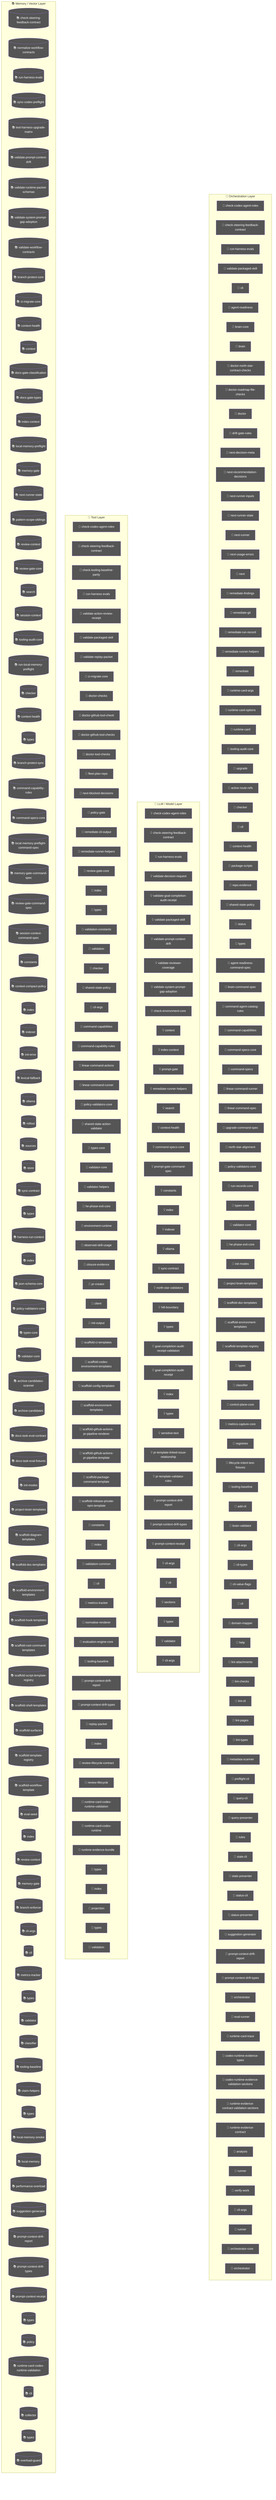
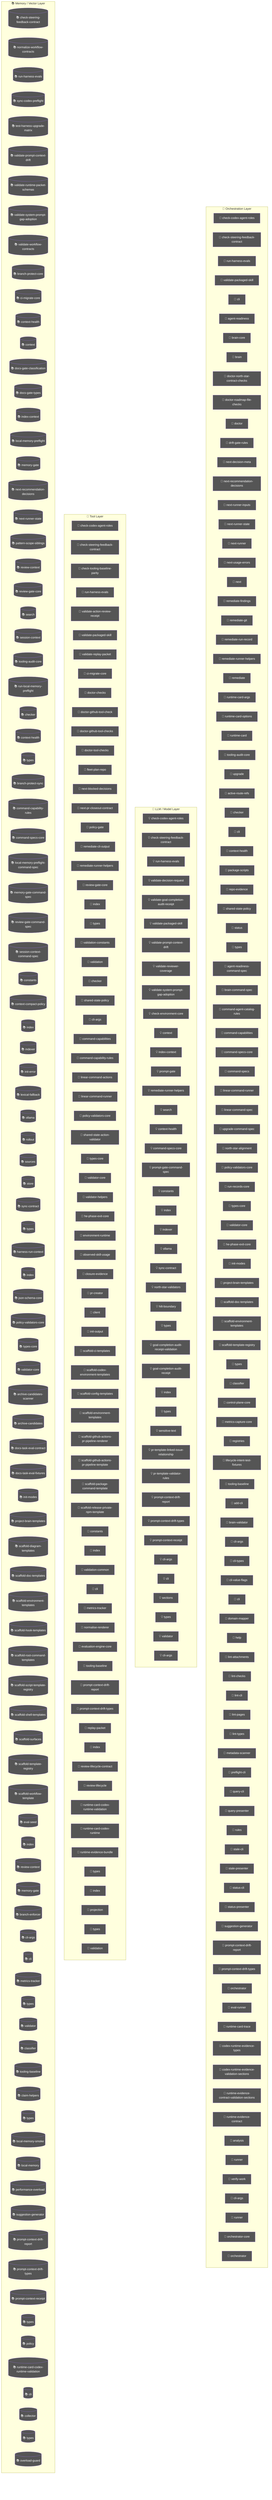
flowchart TD
  subgraph Orchestration["🎯 Orchestration Layer"]
    node_agent_mmd_orchestration_layer_orchestration_chec_7a9f0b64["🤖 check-codex-agent-roles"]
    node_agent_mmd_orchestration_layer_orchestration_chec_7fd47f5c["🤖 check-steering-feedback-contract"]
    node_agent_mmd_orchestration_layer_orchestration_run__18817957["🤖 run-harness-evals"]
    node_agent_mmd_orchestration_layer_orchestration_vali_c01b04be["🤖 validate-packaged-skill"]
    cli_99bb8840["🤖 cli"]
    agent_readiness_c82c68e6["🤖 agent-readiness"]
    brain_core_aa07c380["🤖 brain-core"]
    brain_bbbf7a64["🤖 brain"]
    doctor_north_star_contract_checks_0048124c["🤖 doctor-north-star-contract-checks"]
    doctor_roadmap_file_checks_14447b8e["🤖 doctor-roadmap-file-checks"]
    doctor_72f4be89["🤖 doctor"]
    drift_gate_rules_9685e72d["🤖 drift-gate-rules"]
    next_decision_meta_c58bc91b["🤖 next-decision-meta"]
-     next_recommendation_decisions_03315dd4["🤖 next-recommendation-decisions"]
+     node_agent_mmd_orchestration_layer_orchestration_next_2419fcae["🤖 next-recommendation-decisions"]
    next_runner_inputs_754dba64["🤖 next-runner-inputs"]
    node_agent_mmd_orchestration_layer_orchestration_next_5393fba1["🤖 next-runner-state"]
    next_runner_41643472["🤖 next-runner"]
    next_usage_errors_837a345a["🤖 next-usage-errors"]
    next_c6c1c9a9["🤖 next"]
    remediate_findings_8b09c8c6["🤖 remediate-findings"]
    remediate_git_58c6f6f4["🤖 remediate-git"]
    remediate_run_record_9dfe5dc1["🤖 remediate-run-record"]
    node_agent_mmd_orchestration_layer_orchestration_reme_359fe98f["🤖 remediate-runner-helpers"]
    remediate_06b9c7fc["🤖 remediate"]
    runtime_card_args_2b3d4b28["🤖 runtime-card-args"]
    runtime_card_options_c9156ad5["🤖 runtime-card-options"]
    runtime_card_e06b53e1["🤖 runtime-card"]
    node_agent_mmd_orchestration_layer_orchestration_tool_acfe0c01["🤖 tooling-audit-core"]
    upgrade_7fef9479["🤖 upgrade"]
    active_route_refs_d7a46846["🤖 active-route-refs"]
    node_agent_mmd_orchestration_layer_orchestration_chec_0550c395["🤖 checker"]
    cli_1_084e05fe["🤖 cli"]
    node_agent_mmd_orchestration_layer_orchestration_cont_61b3b9c9["🤖 context-health"]
    package_scripts_3ee6150f["🤖 package-scripts"]
    repo_evidence_38bb1de5["🤖 repo-evidence"]
    node_agent_mmd_orchestration_layer_orchestration_shar_724ef5f0["🤖 shared-state-policy"]
    status_073c1634["🤖 status"]
    node_agent_mmd_orchestration_layer_orchestration_type_4f906dcc["🤖 types"]
    agent_readiness_command_spec_a30c2c1e["🤖 agent-readiness-command-spec"]
    brain_command_spec_15b122d5["🤖 brain-command-spec"]
    command_agent_catalog_rules_8e06b2af["🤖 command-agent-catalog-rules"]
    node_agent_mmd_orchestration_layer_orchestration_comm_6e41a7f7["🤖 command-capabilities"]
    node_agent_mmd_orchestration_layer_orchestration_comm_1f8cc24c["🤖 command-specs-core"]
    command_specs_69167c63["🤖 command-specs"]
    node_agent_mmd_orchestration_layer_orchestration_line_b67affd5["🤖 linear-command-runner"]
    linear_command_spec_1e12dd44["🤖 linear-command-spec"]
    upgrade_command_spec_03f6c7bd["🤖 upgrade-command-spec"]
    north_star_alignment_00440188["🤖 north-star-alignment"]
    node_agent_mmd_orchestration_layer_orchestration_poli_3270b55d["🤖 policy-validators-core"]
    run_records_core_89286dfa["🤖 run-records-core"]
    node_agent_mmd_orchestration_layer_orchestration_type_7cf81261["🤖 types-core"]
    node_agent_mmd_orchestration_layer_orchestration_vali_d9fe99e6["🤖 validator-core"]
    node_agent_mmd_orchestration_layer_orchestration_he_p_fc778c24["🤖 he-phase-exit-core"]
    node_agent_mmd_orchestration_layer_orchestration_init_2a9c3ecb["🤖 init-modes"]
    node_agent_mmd_orchestration_layer_orchestration_proj_6ab6f60f["🤖 project-brain-templates"]
    node_agent_mmd_orchestration_layer_orchestration_scaf_12cc07db["🤖 scaffold-doc-templates"]
    node_agent_mmd_orchestration_layer_orchestration_scaf_c9a90c2f["🤖 scaffold-environment-templates"]
    node_agent_mmd_orchestration_layer_orchestration_scaf_ff8f92f6["🤖 scaffold-template-registry"]
    types_16_0fae1112["🤖 types"]
    node_agent_mmd_orchestration_layer_orchestration_clas_899b821a["🤖 classifier"]
    control_plane_core_db3b4cb2["🤖 control-plane-core"]
    metrics_capture_core_db4bf7cf["🤖 metrics-capture-core"]
    registries_06402afa["🤖 registries"]
    lifecycle_intent_test_fixtures_a53c7ada["🤖 lifecycle-intent-test-fixtures"]
    node_agent_mmd_orchestration_layer_orchestration_tool_cc43149f["🤖 tooling-baseline"]
    add_cli_7614de25["🤖 add-cli"]
    brain_validator_be251832["🤖 brain-validator"]
    cli_args_8_d546936e["🤖 cli-args"]
    cli_types_1686e858["🤖 cli-types"]
    cli_value_flags_732a8e43["🤖 cli-value-flags"]
    cli_10_35dc8cbd["🤖 cli"]
    domain_mapper_cd9333d2["🤖 domain-mapper"]
    help_106a5842["🤖 help"]
    lint_attachments_873c0632["🤖 lint-attachments"]
    lint_checks_83522b19["🤖 lint-checks"]
    lint_cli_9ec62ec0["🤖 lint-cli"]
    lint_pages_e33301d0["🤖 lint-pages"]
    lint_types_2862c255["🤖 lint-types"]
    metadata_scanner_6a101b66["🤖 metadata-scanner"]
    preflight_cli_5d148379["🤖 preflight-cli"]
    query_cli_b95be64d["🤖 query-cli"]
    query_presenter_02e6077c["🤖 query-presenter"]
    rules_6c621d1a["🤖 rules"]
    stale_cli_64548720["🤖 stale-cli"]
    stale_presenter_1de4e3a2["🤖 stale-presenter"]
    status_cli_4c24a0d6["🤖 status-cli"]
    status_presenter_8de686c1["🤖 status-presenter"]
    node_agent_mmd_orchestration_layer_orchestration_sugg_85c5ebe3["🤖 suggestion-generator"]
    node_agent_mmd_orchestration_layer_orchestration_prom_d17b4de2["🤖 prompt-context-drift-report"]
    node_agent_mmd_orchestration_layer_orchestration_prom_77088997["🤖 prompt-context-drift-types"]
    orchestrator_11376b7e["🤖 orchestrator"]
    eval_runner_0966a6b3["🤖 eval-runner"]
    runtime_card_trace_64a5ca95["🤖 runtime-card-trace"]
    codex_runtime_evidence_types_f55808dd["🤖 codex-runtime-evidence-types"]
    codex_runtime_evidence_validation_sections_6d236b4a["🤖 codex-runtime-evidence-validation-sections"]
    runtime_evidence_contract_validation_sections_1779ca7c["🤖 runtime-evidence-contract-validation-sections"]
    runtime_evidence_contract_0f7b15b2["🤖 runtime-evidence-contract"]
    analysis_f44e85c4["🤖 analysis"]
    runner_527aa9f4["🤖 runner"]
    verify_work_1_cd8e7ec3["🤖 verify-work"]
    cli_args_14_3481043e["🤖 cli-args"]
    runner_1_6f281bf8["🤖 runner"]
    orchestrator_core_d0678b53["🤖 orchestrator-core"]
    orchestrator_1_6b7137c5["🤖 orchestrator"]
  end
  subgraph LLMLayer["🧠 LLM / Model Layer"]
    node_agent_mmd_llm_model_layer_llmlayer_check_codex_a_29e7b7fa["💡 check-codex-agent-roles"]
    node_agent_mmd_llm_model_layer_llmlayer_check_steerin_0e1bf90d["💡 check-steering-feedback-contract"]
    node_agent_mmd_llm_model_layer_llmlayer_run_harness_e_603fcfdc["💡 run-harness-evals"]
    validate_decision_request_2e5c325e["💡 validate-decision-request"]
    validate_goal_completion_audit_receipt_100d252c["💡 validate-goal-completion-audit-receipt"]
    node_agent_mmd_llm_model_layer_llmlayer_validate_pack_2a12e1f4["💡 validate-packaged-skill"]
    node_agent_mmd_llm_model_layer_llmlayer_validate_prom_9880f764["💡 validate-prompt-context-drift"]
    validate_reviewer_coverage_251efee3["💡 validate-reviewer-coverage"]
    node_agent_mmd_llm_model_layer_llmlayer_validate_syst_5636156e["💡 validate-system-prompt-gap-adoption"]
    check_environment_core_2c16213f["💡 check-environment-core"]
    node_agent_mmd_llm_model_layer_llmlayer_context_conte_ad2dfbd9["💡 context"]
    node_agent_mmd_llm_model_layer_llmlayer_index_context_1041bd11["💡 index-context"]
    prompt_gate_c5e9d207["💡 prompt-gate"]
    node_agent_mmd_llm_model_layer_llmlayer_remediate_run_9e3d4585["💡 remediate-runner-helpers"]
    node_agent_mmd_llm_model_layer_llmlayer_search_search_66b9a911["💡 search"]
    node_agent_mmd_llm_model_layer_llmlayer_context_healt_cfc0bfa8["💡 context-health"]
    node_agent_mmd_llm_model_layer_llmlayer_command_specs_782af9fa["💡 command-specs-core"]
    prompt_gate_command_spec_9a941482["💡 prompt-gate-command-spec"]
    node_agent_mmd_llm_model_layer_llmlayer_constants_con_c9bd3f6c["💡 constants"]
    node_agent_mmd_llm_model_layer_llmlayer_index_index_1_02e160ff["💡 index"]
    node_agent_mmd_llm_model_layer_llmlayer_indexer_index_4f4deef5["💡 indexer"]
    node_agent_mmd_llm_model_layer_llmlayer_ollama_ollama_968b23fa["💡 ollama"]
    node_agent_mmd_llm_model_layer_llmlayer_sync_contract_9f3cc8c1["💡 sync-contract"]
    north_star_validators_cfc926ce["💡 north-star-validators"]
    hilt_boundary_9b36fb15["💡 hilt-boundary"]
    types_10_75e5a4a0["💡 types"]
    goal_completion_audit_receipt_validation_9d0f4891["💡 goal-completion-audit-receipt-validation"]
    goal_completion_audit_receipt_5e4939c3["💡 goal-completion-audit-receipt"]
    index_5_522f772a["💡 index"]
    node_agent_mmd_llm_model_layer_llmlayer_constants_con_c9bd3f6c["💡 constants"]
    types_17_ed30531c["💡 types"]
    sensitive_text_7c11f760["💡 sensitive-text"]
    pr_template_linked_issue_relationship_a7b61f2c["💡 pr-template-linked-issue-relationship"]
    pr_template_validator_rules_20a32d6b["💡 pr-template-validator-rules"]
    node_agent_mmd_llm_model_layer_llmlayer_index_index_1_02e160ff["💡 index"]
    node_agent_mmd_llm_model_layer_llmlayer_prompt_contex_81f9066a["💡 prompt-context-drift-report"]
    node_agent_mmd_llm_model_layer_llmlayer_prompt_contex_e5066b88["💡 prompt-context-drift-types"]
    node_agent_mmd_llm_model_layer_llmlayer_index_index_1_02e160ff["💡 index"]
    node_agent_mmd_llm_model_layer_llmlayer_prompt_contex_6426acc2["💡 prompt-context-receipt"]
    cli_args_9_9c136878["💡 cli-args"]
    cli_11_338a8415["💡 cli"]
    sections_4697ef32["💡 sections"]
    types_27_4d134744["💡 types"]
    validator_7_f836eb0e["💡 validator"]
    cli_args_10_861cdd3f["💡 cli-args"]
  end
  subgraph ToolLayer["🔧 Tool Layer"]
    node_agent_mmd_tool_layer_toollayer_check_codex_agent_4b361d5a["🔧 check-codex-agent-roles"]
    node_agent_mmd_tool_layer_toollayer_check_steering_fe_eafecf3a["🔧 check-steering-feedback-contract"]
    check_tooling_baseline_parity_3124b30a["🔧 check-tooling-baseline-parity"]
    node_agent_mmd_tool_layer_toollayer_run_harness_evals_e2ee24f1["🔧 run-harness-evals"]
    validate_action_review_receipt_fa2f06c3["🔧 validate-action-review-receipt"]
    node_agent_mmd_tool_layer_toollayer_validate_packaged_2855c827["🔧 validate-packaged-skill"]
    validate_replay_packet_f309747e["🔧 validate-replay-packet"]
    node_agent_mmd_tool_layer_toollayer_ci_migrate_core_c_049f8460["🔧 ci-migrate-core"]
    doctor_checks_5a2eb2b9["🔧 doctor-checks"]
    doctor_github_tool_check_e0a938df["🔧 doctor-github-tool-check"]
    doctor_github_tool_checks_a53b0382["🔧 doctor-github-tool-checks"]
    doctor_tool_checks_4acac51a["🔧 doctor-tool-checks"]
    fleet_plan_repo_ecdc6499["🔧 fleet-plan-repo"]
    next_blocked_decisions_4140ad2b["🔧 next-blocked-decisions"]
+     next_pr_closeout_contract_af31d30a["🔧 next-pr-closeout-contract"]
    policy_gate_213f7313["🔧 policy-gate"]
    remediate_cli_output_cc165396["🔧 remediate-cli-output"]
    node_agent_mmd_tool_layer_toollayer_remediate_runner__c003b871["🔧 remediate-runner-helpers"]
    node_agent_mmd_tool_layer_toollayer_review_gate_core__7704598b["🔧 review-gate-core"]
    index_1bc04b52["🔧 index"]
    types_1_4ecdf56e["🔧 types"]
    validation_constants_e002a0f6["🔧 validation-constants"]
    validation_98c41dcd["🔧 validation"]
    node_agent_mmd_tool_layer_toollayer_checker_checker_2_453d593b["🔧 checker"]
    node_agent_mmd_tool_layer_toollayer_shared_state_poli_53734acd["🔧 shared-state-policy"]
    cli_args_1_6144b055["🔧 cli-args"]
    node_agent_mmd_tool_layer_toollayer_command_capabilit_7fe13db1["🔧 command-capabilities"]
    node_agent_mmd_tool_layer_toollayer_command_capabilit_e97a4615["🔧 command-capability-rules"]
    linear_command_actions_e430f4f4["🔧 linear-command-actions"]
    node_agent_mmd_tool_layer_toollayer_linear_command_ru_d6763748["🔧 linear-command-runner"]
    node_agent_mmd_tool_layer_toollayer_policy_validators_af136abf["🔧 policy-validators-core"]
    shared_state_action_validator_e7b128cd["🔧 shared-state-action-validator"]
    node_agent_mmd_tool_layer_toollayer_types_core_types__6c8319b6["🔧 types-core"]
    node_agent_mmd_tool_layer_toollayer_validator_core_va_6ef6131f["🔧 validator-core"]
    validator_helpers_7b927667["🔧 validator-helpers"]
    node_agent_mmd_tool_layer_toollayer_he_phase_exit_cor_af016160["🔧 he-phase-exit-core"]
    environment_runtime_3206f0a8["🔧 environment-runtime"]
    observed_skill_usage_ed7d5930["🔧 observed-skill-usage"]
    closure_evidence_aaa31467["🔧 closure-evidence"]
    pr_creator_dc6b1ea4["🔧 pr-creator"]
    client_948fe603["🔧 client"]
    init_output_360dce91["🔧 init-output"]
    scaffold_ci_templates_2afd6392["🔧 scaffold-ci-templates"]
    scaffold_codex_environment_templates_334fbbed["🔧 scaffold-codex-environment-templates"]
    scaffold_config_templates_4b80ce53["🔧 scaffold-config-templates"]
    node_agent_mmd_tool_layer_toollayer_scaffold_environm_c1afc013["🔧 scaffold-environment-templates"]
    scaffold_github_actions_pr_pipeline_renderer_1ee18de5["🔧 scaffold-github-actions-pr-pipeline-renderer"]
    scaffold_github_actions_pr_pipeline_template_e2b85f62["🔧 scaffold-github-actions-pr-pipeline-template"]
    scaffold_package_command_template_80e32e83["🔧 scaffold-package-command-template"]
    scaffold_release_private_npm_template_075499f8["🔧 scaffold-release-private-npm-template"]
    node_agent_mmd_tool_layer_toollayer_constants_constan_9d71b829["🔧 constants"]
    index_9_32dd4d91["🔧 index"]
    validation_common_6161e48b["🔧 validation-common"]
    node_agent_mmd_tool_layer_toollayer_cli_cli_2_1_32d9eeaf["🔧 cli"]
    node_agent_mmd_tool_layer_toollayer_metrics_tracker_m_4c9237d8["🔧 metrics-tracker"]
    normalise_renderer_85f2e563["🔧 normalise-renderer"]
    evaluation_engine_core_e054fe49["🔧 evaluation-engine-core"]
    node_agent_mmd_tool_layer_toollayer_tooling_baseline__61e66e9f["🔧 tooling-baseline"]
    node_agent_mmd_tool_layer_toollayer_prompt_context_dr_a2772f2b["🔧 prompt-context-drift-report"]
    node_agent_mmd_tool_layer_toollayer_prompt_context_dr_bd82da46["🔧 prompt-context-drift-types"]
    replay_packet_a1293f88["🔧 replay-packet"]
    index_14_d982116c["🔧 index"]
    review_lifecycle_contract_e5447221["🔧 review-lifecycle-contract"]
    review_lifecycle_89afa64c["🔧 review-lifecycle"]
    node_agent_mmd_tool_layer_toollayer_runtime_card_code_3636ceac["🔧 runtime-card-codex-runtime-validation"]
    runtime_card_codex_runtime_0655e230["🔧 runtime-card-codex-runtime"]
    runtime_evidence_bundle_d471a232["🔧 runtime-evidence-bundle"]
    types_36_674380ec["🔧 types"]
    index_17_642943a2["🔧 index"]
    projection_1b250ea1["🔧 projection"]
    types_38_e8efcd57["🔧 types"]
    validation_7_c4e6d8b6["🔧 validation"]
  end
  subgraph MemoryLayer["📚 Memory / Vector Layer"]
    node_agent_mmd_memory_vector_layer_memorylayer_check__64c86928[("📚 check-steering-feedback-contract")]
    normalize_workflow_contracts_8701f1c8[("📚 normalize-workflow-contracts")]
    node_agent_mmd_memory_vector_layer_memorylayer_run_ha_5b637d0d[("📚 run-harness-evals")]
    sync_codex_preflight_7e7a8dc2[("📚 sync-codex-preflight")]
    test_harness_upgrade_matrix_84113c4e[("📚 test-harness-upgrade-matrix")]
    node_agent_mmd_memory_vector_layer_memorylayer_valida_c52c4db8[("📚 validate-prompt-context-drift")]
    validate_runtime_packet_schemas_bc3ba8ec[("📚 validate-runtime-packet-schemas")]
    node_agent_mmd_memory_vector_layer_memorylayer_valida_db599a97[("📚 validate-system-prompt-gap-adoption")]
    validate_workflow_contracts_33dc063c[("📚 validate-workflow-contracts")]
    branch_protect_core_a8feb0fd[("📚 branch-protect-core")]
    node_agent_mmd_memory_vector_layer_memorylayer_ci_mig_0cd5b1a4[("📚 ci-migrate-core")]
    context_health_80bb7da9[("📚 context-health")]
    node_agent_mmd_memory_vector_layer_memorylayer_contex_78ceaaa9[("📚 context")]
    docs_gate_classification_2f51c90b[("📚 docs-gate-classification")]
    docs_gate_types_d285abb6[("📚 docs-gate-types")]
    node_agent_mmd_memory_vector_layer_memorylayer_index__6f3402d0[("📚 index-context")]
    local_memory_preflight_dcc36c42[("📚 local-memory-preflight")]
    memory_gate_a577a506[("📚 memory-gate")]
+     node_agent_mmd_memory_vector_layer_memorylayer_next_r_70c71a64[("📚 next-recommendation-decisions")]
    node_agent_mmd_memory_vector_layer_memorylayer_next_r_7feb80cc[("📚 next-runner-state")]
    pattern_scope_siblings_43abe000[("📚 pattern-scope-siblings")]
    review_context_ca6cf81d[("📚 review-context")]
    node_agent_mmd_memory_vector_layer_memorylayer_review_5bee9816[("📚 review-gate-core")]
    node_agent_mmd_memory_vector_layer_memorylayer_search_ac35cb7e[("📚 search")]
    session_context_e5ec72c0[("📚 session-context")]
    node_agent_mmd_memory_vector_layer_memorylayer_toolin_a1185b8f[("📚 tooling-audit-core")]
    run_local_memory_preflight_36e92808[("📚 run-local-memory-preflight")]
    node_agent_mmd_memory_vector_layer_memorylayer_checke_a583eb4f[("📚 checker")]
    node_agent_mmd_memory_vector_layer_memorylayer_contex_3204aa0e[("📚 context-health")]
    node_agent_mmd_memory_vector_layer_memorylayer_types__9ad640a0[("📚 types")]
    branch_protect_sync_570adb18[("📚 branch-protect-sync")]
    node_agent_mmd_memory_vector_layer_memorylayer_comman_c72a5d05[("📚 command-capability-rules")]
    node_agent_mmd_memory_vector_layer_memorylayer_comman_111eb454[("📚 command-specs-core")]
    local_memory_preflight_command_spec_9e23f3ce[("📚 local-memory-preflight-command-spec")]
    memory_gate_command_spec_dc9001a9[("📚 memory-gate-command-spec")]
    review_gate_command_spec_3187376a[("📚 review-gate-command-spec")]
    session_context_command_spec_973afbb1[("📚 session-context-command-spec")]
    node_agent_mmd_memory_vector_layer_memorylayer_consta_702d3f46[("📚 constants")]
    context_compact_policy_3dcaf95d[("📚 context-compact-policy")]
    node_agent_mmd_memory_vector_layer_memorylayer_index__752bc61e[("📚 index")]
    node_agent_mmd_memory_vector_layer_memorylayer_indexe_93e6d86f[("📚 indexer")]
    init_error_5c7dd49f[("📚 init-error")]
    lexical_fallback_723e2b3e[("📚 lexical-fallback")]
    node_agent_mmd_memory_vector_layer_memorylayer_ollama_6d51be16[("📚 ollama")]
    rollout_a4fa034c[("📚 rollout")]
    sources_878a52fc[("📚 sources")]
    store_824d80d7[("📚 store")]
    node_agent_mmd_memory_vector_layer_memorylayer_sync_c_e43418bc[("📚 sync-contract")]
    types_8_f6283648[("📚 types")]
    harness_run_context_ac7c77a9[("📚 harness-run-context")]
    index_4_013aa0e3[("📚 index")]
    json_schema_core_96d7e328[("📚 json-schema-core")]
    node_agent_mmd_memory_vector_layer_memorylayer_policy_1944de42[("📚 policy-validators-core")]
    node_agent_mmd_memory_vector_layer_memorylayer_types__83f369fa[("📚 types-core")]
    node_agent_mmd_memory_vector_layer_memorylayer_valida_41034356[("📚 validator-core")]
    archive_candidates_scanner_d0931789[("📚 archive-candidates-scanner")]
    archive_candidates_dc0e40e1[("📚 archive-candidates")]
    docs_task_eval_contract_79347457[("📚 docs-task-eval-contract")]
    docs_task_eval_fixtures_44902755[("📚 docs-task-eval-fixtures")]
    node_agent_mmd_memory_vector_layer_memorylayer_init_m_333d02c5[("📚 init-modes")]
    node_agent_mmd_memory_vector_layer_memorylayer_projec_3ae304d9[("📚 project-brain-templates")]
    scaffold_diagram_templates_dd88e83c[("📚 scaffold-diagram-templates")]
    node_agent_mmd_memory_vector_layer_memorylayer_scaffo_5fd73b94[("📚 scaffold-doc-templates")]
    node_agent_mmd_memory_vector_layer_memorylayer_scaffo_12b42341[("📚 scaffold-environment-templates")]
    scaffold_hook_templates_8c74ab50[("📚 scaffold-hook-templates")]
    scaffold_root_command_templates_404fed7f[("📚 scaffold-root-command-templates")]
    scaffold_script_template_registry_69312d4e[("📚 scaffold-script-template-registry")]
    scaffold_shell_templates_0ad0f915[("📚 scaffold-shell-templates")]
    scaffold_surfaces_12d6494e[("📚 scaffold-surfaces")]
    node_agent_mmd_memory_vector_layer_memorylayer_scaffo_a86eece1[("📚 scaffold-template-registry")]
    scaffold_workflow_template_92310587[("📚 scaffold-workflow-template")]
    eval_seed_5699fd3e[("📚 eval-seed")]
    index_10_f6785a46[("📚 index")]
    review_context_1_e3afed15[("📚 review-context")]
    memory_gate_1_265164ac[("📚 memory-gate")]
    branch_enforcer_acb749cd[("📚 branch-enforcer")]
    cli_args_5_09ea29f0[("📚 cli-args")]
    node_agent_mmd_memory_vector_layer_memorylayer_cli_cl_1f1f89ab[("📚 cli")]
    node_agent_mmd_memory_vector_layer_memorylayer_metric_12562178[("📚 metrics-tracker")]
    types_19_eb4ad5f0[("📚 types")]
    validator_5_b19ac2be[("📚 validator")]
    node_agent_mmd_memory_vector_layer_memorylayer_classi_1ebbf5ff[("📚 classifier")]
    node_agent_mmd_memory_vector_layer_memorylayer_toolin_14f86b00[("📚 tooling-baseline")]
    claim_helpers_20dc8387[("📚 claim-helpers")]
    types_24_c63dc1a7[("📚 types")]
    local_memory_smoke_1175abfc[("📚 local-memory-smoke")]
    local_memory_0db17ecc[("📚 local-memory")]
    performance_overload_c685bfcf[("📚 performance-overload")]
    node_agent_mmd_memory_vector_layer_memorylayer_sugges_267f408d[("📚 suggestion-generator")]
    node_agent_mmd_memory_vector_layer_memorylayer_index__752bc61e[("📚 index")]
    node_agent_mmd_memory_vector_layer_memorylayer_prompt_ae34fc43[("📚 prompt-context-drift-report")]
    node_agent_mmd_memory_vector_layer_memorylayer_prompt_efd77624[("📚 prompt-context-drift-types")]
    node_agent_mmd_memory_vector_layer_memorylayer_index__752bc61e[("📚 index")]
    node_agent_mmd_memory_vector_layer_memorylayer_prompt_55c0d605[("📚 prompt-context-receipt")]
    types_31_eb363e20[("📚 types")]
    policy_1_fc4198db[("📚 policy")]
    node_agent_mmd_memory_vector_layer_memorylayer_runtim_a5d23e7f[("📚 runtime-card-codex-runtime-validation")]
    cli_12_01c06c37[("📚 cli")]
    collector_0736fd5b[("📚 collector")]
    types_34_85e6a0bb[("📚 types")]
    overload_guard_2748c559[("📚 overload-guard")]
  end
  classDef agentNode fill:#555,color:#fff
-   class node_agent_mmd_orchestration_layer_orchestration_chec_7a9f0b64,node_agent_mmd_llm_model_layer_llmlayer_check_codex_a_29e7b7fa,node_agent_mmd_tool_layer_toollayer_check_codex_agent_4b361d5a,node_agent_mmd_orchestration_layer_orchestration_chec_7fd47f5c,node_agent_mmd_llm_model_layer_llmlayer_check_steerin_0e1bf90d,node_agent_mmd_tool_layer_toollayer_check_steering_fe_eafecf3a,node_agent_mmd_memory_vector_layer_memorylayer_check__64c86928,node_agent_mmd_orchestration_layer_orchestration_run__18817957,node_agent_mmd_llm_model_layer_llmlayer_run_harness_e_603fcfdc,node_agent_mmd_tool_layer_toollayer_run_harness_evals_e2ee24f1,node_agent_mmd_memory_vector_layer_memorylayer_run_ha_5b637d0d,node_agent_mmd_orchestration_layer_orchestration_vali_c01b04be,node_agent_mmd_llm_model_layer_llmlayer_validate_pack_2a12e1f4,node_agent_mmd_tool_layer_toollayer_validate_packaged_2855c827,cli_99bb8840,agent_readiness_c82c68e6,brain_core_aa07c380,brain_bbbf7a64,doctor_north_star_contract_checks_0048124c,doctor_roadmap_file_checks_14447b8e,doctor_72f4be89,drift_gate_rules_9685e72d,next_decision_meta_c58bc91b,next_recommendation_decisions_03315dd4,next_runner_inputs_754dba64,node_agent_mmd_orchestration_layer_orchestration_next_5393fba1,node_agent_mmd_memory_vector_layer_memorylayer_next_r_7feb80cc,next_runner_41643472,next_usage_errors_837a345a,next_c6c1c9a9,remediate_findings_8b09c8c6,remediate_git_58c6f6f4,remediate_run_record_9dfe5dc1,node_agent_mmd_orchestration_layer_orchestration_reme_359fe98f,node_agent_mmd_llm_model_layer_llmlayer_remediate_run_9e3d4585,node_agent_mmd_tool_layer_toollayer_remediate_runner__c003b871,remediate_06b9c7fc,runtime_card_args_2b3d4b28,runtime_card_options_c9156ad5,runtime_card_e06b53e1,node_agent_mmd_orchestration_layer_orchestration_tool_acfe0c01,node_agent_mmd_memory_vector_layer_memorylayer_toolin_a1185b8f,upgrade_7fef9479,active_route_refs_d7a46846,node_agent_mmd_orchestration_layer_orchestration_chec_0550c395,node_agent_mmd_tool_layer_toollayer_checker_checker_2_453d593b,node_agent_mmd_memory_vector_layer_memorylayer_checke_a583eb4f,cli_1_084e05fe,node_agent_mmd_orchestration_layer_orchestration_cont_61b3b9c9,node_agent_mmd_llm_model_layer_llmlayer_context_healt_cfc0bfa8,node_agent_mmd_memory_vector_layer_memorylayer_contex_3204aa0e,package_scripts_3ee6150f,repo_evidence_38bb1de5,node_agent_mmd_orchestration_layer_orchestration_shar_724ef5f0,node_agent_mmd_tool_layer_toollayer_shared_state_poli_53734acd,status_073c1634,node_agent_mmd_orchestration_layer_orchestration_type_4f906dcc,node_agent_mmd_memory_vector_layer_memorylayer_types__9ad640a0,agent_readiness_command_spec_a30c2c1e,brain_command_spec_15b122d5,command_agent_catalog_rules_8e06b2af,node_agent_mmd_orchestration_layer_orchestration_comm_6e41a7f7,node_agent_mmd_tool_layer_toollayer_command_capabilit_7fe13db1,node_agent_mmd_orchestration_layer_orchestration_comm_1f8cc24c,node_agent_mmd_llm_model_layer_llmlayer_command_specs_782af9fa,node_agent_mmd_memory_vector_layer_memorylayer_comman_111eb454,command_specs_69167c63,node_agent_mmd_orchestration_layer_orchestration_line_b67affd5,node_agent_mmd_tool_layer_toollayer_linear_command_ru_d6763748,linear_command_spec_1e12dd44,upgrade_command_spec_03f6c7bd,north_star_alignment_00440188,node_agent_mmd_orchestration_layer_orchestration_poli_3270b55d,node_agent_mmd_tool_layer_toollayer_policy_validators_af136abf,node_agent_mmd_memory_vector_layer_memorylayer_policy_1944de42,run_records_core_89286dfa,node_agent_mmd_orchestration_layer_orchestration_type_7cf81261,node_agent_mmd_tool_layer_toollayer_types_core_types__6c8319b6,node_agent_mmd_memory_vector_layer_memorylayer_types__83f369fa,node_agent_mmd_orchestration_layer_orchestration_vali_d9fe99e6,node_agent_mmd_tool_layer_toollayer_validator_core_va_6ef6131f,node_agent_mmd_memory_vector_layer_memorylayer_valida_41034356,node_agent_mmd_orchestration_layer_orchestration_he_p_fc778c24,node_agent_mmd_tool_layer_toollayer_he_phase_exit_cor_af016160,node_agent_mmd_orchestration_layer_orchestration_init_2a9c3ecb,node_agent_mmd_memory_vector_layer_memorylayer_init_m_333d02c5,node_agent_mmd_orchestration_layer_orchestration_proj_6ab6f60f,node_agent_mmd_memory_vector_layer_memorylayer_projec_3ae304d9,node_agent_mmd_orchestration_layer_orchestration_scaf_12cc07db,node_agent_mmd_memory_vector_layer_memorylayer_scaffo_5fd73b94,node_agent_mmd_orchestration_layer_orchestration_scaf_c9a90c2f,node_agent_mmd_tool_layer_toollayer_scaffold_environm_c1afc013,node_agent_mmd_memory_vector_layer_memorylayer_scaffo_12b42341,node_agent_mmd_orchestration_layer_orchestration_scaf_ff8f92f6,node_agent_mmd_memory_vector_layer_memorylayer_scaffo_a86eece1,types_16_0fae1112,node_agent_mmd_orchestration_layer_orchestration_clas_899b821a,node_agent_mmd_memory_vector_layer_memorylayer_classi_1ebbf5ff,control_plane_core_db3b4cb2,metrics_capture_core_db4bf7cf,registries_06402afa,lifecycle_intent_test_fixtures_a53c7ada,node_agent_mmd_orchestration_layer_orchestration_tool_cc43149f,node_agent_mmd_tool_layer_toollayer_tooling_baseline__61e66e9f,node_agent_mmd_memory_vector_layer_memorylayer_toolin_14f86b00,add_cli_7614de25,brain_validator_be251832,cli_args_8_d546936e,cli_types_1686e858,cli_value_flags_732a8e43,cli_10_35dc8cbd,domain_mapper_cd9333d2,help_106a5842,lint_attachments_873c0632,lint_checks_83522b19,lint_cli_9ec62ec0,lint_pages_e33301d0,lint_types_2862c255,metadata_scanner_6a101b66,preflight_cli_5d148379,query_cli_b95be64d,query_presenter_02e6077c,rules_6c621d1a,stale_cli_64548720,stale_presenter_1de4e3a2,status_cli_4c24a0d6,status_presenter_8de686c1,node_agent_mmd_orchestration_layer_orchestration_sugg_85c5ebe3,node_agent_mmd_memory_vector_layer_memorylayer_sugges_267f408d,node_agent_mmd_orchestration_layer_orchestration_prom_d17b4de2,node_agent_mmd_llm_model_layer_llmlayer_prompt_contex_81f9066a,node_agent_mmd_tool_layer_toollayer_prompt_context_dr_a2772f2b,node_agent_mmd_memory_vector_layer_memorylayer_prompt_ae34fc43,node_agent_mmd_orchestration_layer_orchestration_prom_77088997,node_agent_mmd_llm_model_layer_llmlayer_prompt_contex_e5066b88,node_agent_mmd_tool_layer_toollayer_prompt_context_dr_bd82da46,node_agent_mmd_memory_vector_layer_memorylayer_prompt_efd77624,orchestrator_11376b7e,eval_runner_0966a6b3,runtime_card_trace_64a5ca95,codex_runtime_evidence_types_f55808dd,codex_runtime_evidence_validation_sections_6d236b4a,runtime_evidence_contract_validation_sections_1779ca7c,runtime_evidence_contract_0f7b15b2,analysis_f44e85c4,runner_527aa9f4,verify_work_1_cd8e7ec3,cli_args_14_3481043e,runner_1_6f281bf8,orchestrator_core_d0678b53,orchestrator_1_6b7137c5 agentNode
+   class node_agent_mmd_orchestration_layer_orchestration_chec_7a9f0b64,node_agent_mmd_llm_model_layer_llmlayer_check_codex_a_29e7b7fa,node_agent_mmd_tool_layer_toollayer_check_codex_agent_4b361d5a,node_agent_mmd_orchestration_layer_orchestration_chec_7fd47f5c,node_agent_mmd_llm_model_layer_llmlayer_check_steerin_0e1bf90d,node_agent_mmd_tool_layer_toollayer_check_steering_fe_eafecf3a,node_agent_mmd_memory_vector_layer_memorylayer_check__64c86928,node_agent_mmd_orchestration_layer_orchestration_run__18817957,node_agent_mmd_llm_model_layer_llmlayer_run_harness_e_603fcfdc,node_agent_mmd_tool_layer_toollayer_run_harness_evals_e2ee24f1,node_agent_mmd_memory_vector_layer_memorylayer_run_ha_5b637d0d,node_agent_mmd_orchestration_layer_orchestration_vali_c01b04be,node_agent_mmd_llm_model_layer_llmlayer_validate_pack_2a12e1f4,node_agent_mmd_tool_layer_toollayer_validate_packaged_2855c827,cli_99bb8840,agent_readiness_c82c68e6,brain_core_aa07c380,brain_bbbf7a64,doctor_north_star_contract_checks_0048124c,doctor_roadmap_file_checks_14447b8e,doctor_72f4be89,drift_gate_rules_9685e72d,next_decision_meta_c58bc91b,node_agent_mmd_orchestration_layer_orchestration_next_2419fcae,node_agent_mmd_memory_vector_layer_memorylayer_next_r_70c71a64,next_runner_inputs_754dba64,node_agent_mmd_orchestration_layer_orchestration_next_5393fba1,node_agent_mmd_memory_vector_layer_memorylayer_next_r_7feb80cc,next_runner_41643472,next_usage_errors_837a345a,next_c6c1c9a9,remediate_findings_8b09c8c6,remediate_git_58c6f6f4,remediate_run_record_9dfe5dc1,node_agent_mmd_orchestration_layer_orchestration_reme_359fe98f,node_agent_mmd_llm_model_layer_llmlayer_remediate_run_9e3d4585,node_agent_mmd_tool_layer_toollayer_remediate_runner__c003b871,remediate_06b9c7fc,runtime_card_args_2b3d4b28,runtime_card_options_c9156ad5,runtime_card_e06b53e1,node_agent_mmd_orchestration_layer_orchestration_tool_acfe0c01,node_agent_mmd_memory_vector_layer_memorylayer_toolin_a1185b8f,upgrade_7fef9479,active_route_refs_d7a46846,node_agent_mmd_orchestration_layer_orchestration_chec_0550c395,node_agent_mmd_tool_layer_toollayer_checker_checker_2_453d593b,node_agent_mmd_memory_vector_layer_memorylayer_checke_a583eb4f,cli_1_084e05fe,node_agent_mmd_orchestration_layer_orchestration_cont_61b3b9c9,node_agent_mmd_llm_model_layer_llmlayer_context_healt_cfc0bfa8,node_agent_mmd_memory_vector_layer_memorylayer_contex_3204aa0e,package_scripts_3ee6150f,repo_evidence_38bb1de5,node_agent_mmd_orchestration_layer_orchestration_shar_724ef5f0,node_agent_mmd_tool_layer_toollayer_shared_state_poli_53734acd,status_073c1634,node_agent_mmd_orchestration_layer_orchestration_type_4f906dcc,node_agent_mmd_memory_vector_layer_memorylayer_types__9ad640a0,agent_readiness_command_spec_a30c2c1e,brain_command_spec_15b122d5,command_agent_catalog_rules_8e06b2af,node_agent_mmd_orchestration_layer_orchestration_comm_6e41a7f7,node_agent_mmd_tool_layer_toollayer_command_capabilit_7fe13db1,node_agent_mmd_orchestration_layer_orchestration_comm_1f8cc24c,node_agent_mmd_llm_model_layer_llmlayer_command_specs_782af9fa,node_agent_mmd_memory_vector_layer_memorylayer_comman_111eb454,command_specs_69167c63,node_agent_mmd_orchestration_layer_orchestration_line_b67affd5,node_agent_mmd_tool_layer_toollayer_linear_command_ru_d6763748,linear_command_spec_1e12dd44,upgrade_command_spec_03f6c7bd,north_star_alignment_00440188,node_agent_mmd_orchestration_layer_orchestration_poli_3270b55d,node_agent_mmd_tool_layer_toollayer_policy_validators_af136abf,node_agent_mmd_memory_vector_layer_memorylayer_policy_1944de42,run_records_core_89286dfa,node_agent_mmd_orchestration_layer_orchestration_type_7cf81261,node_agent_mmd_tool_layer_toollayer_types_core_types__6c8319b6,node_agent_mmd_memory_vector_layer_memorylayer_types__83f369fa,node_agent_mmd_orchestration_layer_orchestration_vali_d9fe99e6,node_agent_mmd_tool_layer_toollayer_validator_core_va_6ef6131f,node_agent_mmd_memory_vector_layer_memorylayer_valida_41034356,node_agent_mmd_orchestration_layer_orchestration_he_p_fc778c24,node_agent_mmd_tool_layer_toollayer_he_phase_exit_cor_af016160,node_agent_mmd_orchestration_layer_orchestration_init_2a9c3ecb,node_agent_mmd_memory_vector_layer_memorylayer_init_m_333d02c5,node_agent_mmd_orchestration_layer_orchestration_proj_6ab6f60f,node_agent_mmd_memory_vector_layer_memorylayer_projec_3ae304d9,node_agent_mmd_orchestration_layer_orchestration_scaf_12cc07db,node_agent_mmd_memory_vector_layer_memorylayer_scaffo_5fd73b94,node_agent_mmd_orchestration_layer_orchestration_scaf_c9a90c2f,node_agent_mmd_tool_layer_toollayer_scaffold_environm_c1afc013,node_agent_mmd_memory_vector_layer_memorylayer_scaffo_12b42341,node_agent_mmd_orchestration_layer_orchestration_scaf_ff8f92f6,node_agent_mmd_memory_vector_layer_memorylayer_scaffo_a86eece1,types_16_0fae1112,node_agent_mmd_orchestration_layer_orchestration_clas_899b821a,node_agent_mmd_memory_vector_layer_memorylayer_classi_1ebbf5ff,control_plane_core_db3b4cb2,metrics_capture_core_db4bf7cf,registries_06402afa,lifecycle_intent_test_fixtures_a53c7ada,node_agent_mmd_orchestration_layer_orchestration_tool_cc43149f,node_agent_mmd_tool_layer_toollayer_tooling_baseline__61e66e9f,node_agent_mmd_memory_vector_layer_memorylayer_toolin_14f86b00,add_cli_7614de25,brain_validator_be251832,cli_args_8_d546936e,cli_types_1686e858,cli_value_flags_732a8e43,cli_10_35dc8cbd,domain_mapper_cd9333d2,help_106a5842,lint_attachments_873c0632,lint_checks_83522b19,lint_cli_9ec62ec0,lint_pages_e33301d0,lint_types_2862c255,metadata_scanner_6a101b66,preflight_cli_5d148379,query_cli_b95be64d,query_presenter_02e6077c,rules_6c621d1a,stale_cli_64548720,stale_presenter_1de4e3a2,status_cli_4c24a0d6,status_presenter_8de686c1,node_agent_mmd_orchestration_layer_orchestration_sugg_85c5ebe3,node_agent_mmd_memory_vector_layer_memorylayer_sugges_267f408d,node_agent_mmd_orchestration_layer_orchestration_prom_d17b4de2,node_agent_mmd_llm_model_layer_llmlayer_prompt_contex_81f9066a,node_agent_mmd_tool_layer_toollayer_prompt_context_dr_a2772f2b,node_agent_mmd_memory_vector_layer_memorylayer_prompt_ae34fc43,node_agent_mmd_orchestration_layer_orchestration_prom_77088997,node_agent_mmd_llm_model_layer_llmlayer_prompt_contex_e5066b88,node_agent_mmd_tool_layer_toollayer_prompt_context_dr_bd82da46,node_agent_mmd_memory_vector_layer_memorylayer_prompt_efd77624,orchestrator_11376b7e,eval_runner_0966a6b3,runtime_card_trace_64a5ca95,codex_runtime_evidence_types_f55808dd,codex_runtime_evidence_validation_sections_6d236b4a,runtime_evidence_contract_validation_sections_1779ca7c,runtime_evidence_contract_0f7b15b2,analysis_f44e85c4,runner_527aa9f4,verify_work_1_cd8e7ec3,cli_args_14_3481043e,runner_1_6f281bf8,orchestrator_core_d0678b53,orchestrator_1_6b7137c5 agentNode
  classDef llmNode fill:#555,color:#fff
  class node_agent_mmd_orchestration_layer_orchestration_chec_7a9f0b64,node_agent_mmd_llm_model_layer_llmlayer_check_codex_a_29e7b7fa,node_agent_mmd_tool_layer_toollayer_check_codex_agent_4b361d5a,node_agent_mmd_orchestration_layer_orchestration_chec_7fd47f5c,node_agent_mmd_llm_model_layer_llmlayer_check_steerin_0e1bf90d,node_agent_mmd_tool_layer_toollayer_check_steering_fe_eafecf3a,node_agent_mmd_memory_vector_layer_memorylayer_check__64c86928,node_agent_mmd_orchestration_layer_orchestration_run__18817957,node_agent_mmd_llm_model_layer_llmlayer_run_harness_e_603fcfdc,node_agent_mmd_tool_layer_toollayer_run_harness_evals_e2ee24f1,node_agent_mmd_memory_vector_layer_memorylayer_run_ha_5b637d0d,validate_decision_request_2e5c325e,validate_goal_completion_audit_receipt_100d252c,node_agent_mmd_orchestration_layer_orchestration_vali_c01b04be,node_agent_mmd_llm_model_layer_llmlayer_validate_pack_2a12e1f4,node_agent_mmd_tool_layer_toollayer_validate_packaged_2855c827,node_agent_mmd_llm_model_layer_llmlayer_validate_prom_9880f764,node_agent_mmd_memory_vector_layer_memorylayer_valida_c52c4db8,validate_reviewer_coverage_251efee3,node_agent_mmd_llm_model_layer_llmlayer_validate_syst_5636156e,node_agent_mmd_memory_vector_layer_memorylayer_valida_db599a97,check_environment_core_2c16213f,node_agent_mmd_llm_model_layer_llmlayer_context_conte_ad2dfbd9,node_agent_mmd_memory_vector_layer_memorylayer_contex_78ceaaa9,node_agent_mmd_llm_model_layer_llmlayer_index_context_1041bd11,node_agent_mmd_memory_vector_layer_memorylayer_index__6f3402d0,prompt_gate_c5e9d207,node_agent_mmd_orchestration_layer_orchestration_reme_359fe98f,node_agent_mmd_llm_model_layer_llmlayer_remediate_run_9e3d4585,node_agent_mmd_tool_layer_toollayer_remediate_runner__c003b871,node_agent_mmd_llm_model_layer_llmlayer_search_search_66b9a911,node_agent_mmd_memory_vector_layer_memorylayer_search_ac35cb7e,node_agent_mmd_orchestration_layer_orchestration_cont_61b3b9c9,node_agent_mmd_llm_model_layer_llmlayer_context_healt_cfc0bfa8,node_agent_mmd_memory_vector_layer_memorylayer_contex_3204aa0e,node_agent_mmd_orchestration_layer_orchestration_comm_1f8cc24c,node_agent_mmd_llm_model_layer_llmlayer_command_specs_782af9fa,node_agent_mmd_memory_vector_layer_memorylayer_comman_111eb454,prompt_gate_command_spec_9a941482,node_agent_mmd_llm_model_layer_llmlayer_constants_con_c9bd3f6c,node_agent_mmd_memory_vector_layer_memorylayer_consta_702d3f46,node_agent_mmd_llm_model_layer_llmlayer_index_index_1_02e160ff,node_agent_mmd_memory_vector_layer_memorylayer_index__752bc61e,node_agent_mmd_llm_model_layer_llmlayer_indexer_index_4f4deef5,node_agent_mmd_memory_vector_layer_memorylayer_indexe_93e6d86f,node_agent_mmd_llm_model_layer_llmlayer_ollama_ollama_968b23fa,node_agent_mmd_memory_vector_layer_memorylayer_ollama_6d51be16,node_agent_mmd_llm_model_layer_llmlayer_sync_contract_9f3cc8c1,node_agent_mmd_memory_vector_layer_memorylayer_sync_c_e43418bc,north_star_validators_cfc926ce,hilt_boundary_9b36fb15,types_10_75e5a4a0,goal_completion_audit_receipt_validation_9d0f4891,goal_completion_audit_receipt_5e4939c3,index_5_522f772a,node_agent_mmd_tool_layer_toollayer_constants_constan_9d71b829,types_17_ed30531c,sensitive_text_7c11f760,pr_template_linked_issue_relationship_a7b61f2c,pr_template_validator_rules_20a32d6b,node_agent_mmd_orchestration_layer_orchestration_prom_d17b4de2,node_agent_mmd_llm_model_layer_llmlayer_prompt_contex_81f9066a,node_agent_mmd_tool_layer_toollayer_prompt_context_dr_a2772f2b,node_agent_mmd_memory_vector_layer_memorylayer_prompt_ae34fc43,node_agent_mmd_orchestration_layer_orchestration_prom_77088997,node_agent_mmd_llm_model_layer_llmlayer_prompt_contex_e5066b88,node_agent_mmd_tool_layer_toollayer_prompt_context_dr_bd82da46,node_agent_mmd_memory_vector_layer_memorylayer_prompt_efd77624,node_agent_mmd_llm_model_layer_llmlayer_prompt_contex_6426acc2,node_agent_mmd_memory_vector_layer_memorylayer_prompt_55c0d605,cli_args_9_9c136878,cli_11_338a8415,sections_4697ef32,types_27_4d134744,validator_7_f836eb0e,cli_args_10_861cdd3f llmNode
  classDef toolNode fill:#555,color:#fff
-   class node_agent_mmd_orchestration_layer_orchestration_chec_7a9f0b64,node_agent_mmd_llm_model_layer_llmlayer_check_codex_a_29e7b7fa,node_agent_mmd_tool_layer_toollayer_check_codex_agent_4b361d5a,node_agent_mmd_orchestration_layer_orchestration_chec_7fd47f5c,node_agent_mmd_llm_model_layer_llmlayer_check_steerin_0e1bf90d,node_agent_mmd_tool_layer_toollayer_check_steering_fe_eafecf3a,node_agent_mmd_memory_vector_layer_memorylayer_check__64c86928,check_tooling_baseline_parity_3124b30a,node_agent_mmd_orchestration_layer_orchestration_run__18817957,node_agent_mmd_llm_model_layer_llmlayer_run_harness_e_603fcfdc,node_agent_mmd_tool_layer_toollayer_run_harness_evals_e2ee24f1,node_agent_mmd_memory_vector_layer_memorylayer_run_ha_5b637d0d,validate_action_review_receipt_fa2f06c3,node_agent_mmd_orchestration_layer_orchestration_vali_c01b04be,node_agent_mmd_llm_model_layer_llmlayer_validate_pack_2a12e1f4,node_agent_mmd_tool_layer_toollayer_validate_packaged_2855c827,validate_replay_packet_f309747e,node_agent_mmd_tool_layer_toollayer_ci_migrate_core_c_049f8460,node_agent_mmd_memory_vector_layer_memorylayer_ci_mig_0cd5b1a4,doctor_checks_5a2eb2b9,doctor_github_tool_check_e0a938df,doctor_github_tool_checks_a53b0382,doctor_tool_checks_4acac51a,fleet_plan_repo_ecdc6499,next_blocked_decisions_4140ad2b,policy_gate_213f7313,remediate_cli_output_cc165396,node_agent_mmd_orchestration_layer_orchestration_reme_359fe98f,node_agent_mmd_llm_model_layer_llmlayer_remediate_run_9e3d4585,node_agent_mmd_tool_layer_toollayer_remediate_runner__c003b871,node_agent_mmd_tool_layer_toollayer_review_gate_core__7704598b,node_agent_mmd_memory_vector_layer_memorylayer_review_5bee9816,index_1bc04b52,types_1_4ecdf56e,validation_constants_e002a0f6,validation_98c41dcd,node_agent_mmd_orchestration_layer_orchestration_chec_0550c395,node_agent_mmd_tool_layer_toollayer_checker_checker_2_453d593b,node_agent_mmd_memory_vector_layer_memorylayer_checke_a583eb4f,node_agent_mmd_orchestration_layer_orchestration_shar_724ef5f0,node_agent_mmd_tool_layer_toollayer_shared_state_poli_53734acd,cli_args_1_6144b055,node_agent_mmd_orchestration_layer_orchestration_comm_6e41a7f7,node_agent_mmd_tool_layer_toollayer_command_capabilit_7fe13db1,node_agent_mmd_tool_layer_toollayer_command_capabilit_e97a4615,node_agent_mmd_memory_vector_layer_memorylayer_comman_c72a5d05,linear_command_actions_e430f4f4,node_agent_mmd_orchestration_layer_orchestration_line_b67affd5,node_agent_mmd_tool_layer_toollayer_linear_command_ru_d6763748,node_agent_mmd_orchestration_layer_orchestration_poli_3270b55d,node_agent_mmd_tool_layer_toollayer_policy_validators_af136abf,node_agent_mmd_memory_vector_layer_memorylayer_policy_1944de42,shared_state_action_validator_e7b128cd,node_agent_mmd_orchestration_layer_orchestration_type_7cf81261,node_agent_mmd_tool_layer_toollayer_types_core_types__6c8319b6,node_agent_mmd_memory_vector_layer_memorylayer_types__83f369fa,node_agent_mmd_orchestration_layer_orchestration_vali_d9fe99e6,node_agent_mmd_tool_layer_toollayer_validator_core_va_6ef6131f,node_agent_mmd_memory_vector_layer_memorylayer_valida_41034356,validator_helpers_7b927667,node_agent_mmd_orchestration_layer_orchestration_he_p_fc778c24,node_agent_mmd_tool_layer_toollayer_he_phase_exit_cor_af016160,environment_runtime_3206f0a8,observed_skill_usage_ed7d5930,closure_evidence_aaa31467,pr_creator_dc6b1ea4,client_948fe603,init_output_360dce91,scaffold_ci_templates_2afd6392,scaffold_codex_environment_templates_334fbbed,scaffold_config_templates_4b80ce53,node_agent_mmd_orchestration_layer_orchestration_scaf_c9a90c2f,node_agent_mmd_tool_layer_toollayer_scaffold_environm_c1afc013,node_agent_mmd_memory_vector_layer_memorylayer_scaffo_12b42341,scaffold_github_actions_pr_pipeline_renderer_1ee18de5,scaffold_github_actions_pr_pipeline_template_e2b85f62,scaffold_package_command_template_80e32e83,scaffold_release_private_npm_template_075499f8,node_agent_mmd_llm_model_layer_llmlayer_constants_con_c9bd3f6c,node_agent_mmd_tool_layer_toollayer_constants_constan_9d71b829,index_9_32dd4d91,validation_common_6161e48b,node_agent_mmd_tool_layer_toollayer_cli_cli_2_1_32d9eeaf,node_agent_mmd_memory_vector_layer_memorylayer_cli_cl_1f1f89ab,node_agent_mmd_tool_layer_toollayer_metrics_tracker_m_4c9237d8,node_agent_mmd_memory_vector_layer_memorylayer_metric_12562178,normalise_renderer_85f2e563,evaluation_engine_core_e054fe49,node_agent_mmd_orchestration_layer_orchestration_tool_cc43149f,node_agent_mmd_tool_layer_toollayer_tooling_baseline__61e66e9f,node_agent_mmd_memory_vector_layer_memorylayer_toolin_14f86b00,node_agent_mmd_orchestration_layer_orchestration_prom_d17b4de2,node_agent_mmd_llm_model_layer_llmlayer_prompt_contex_81f9066a,node_agent_mmd_tool_layer_toollayer_prompt_context_dr_a2772f2b,node_agent_mmd_memory_vector_layer_memorylayer_prompt_ae34fc43,node_agent_mmd_orchestration_layer_orchestration_prom_77088997,node_agent_mmd_llm_model_layer_llmlayer_prompt_contex_e5066b88,node_agent_mmd_tool_layer_toollayer_prompt_context_dr_bd82da46,node_agent_mmd_memory_vector_layer_memorylayer_prompt_efd77624,replay_packet_a1293f88,index_14_d982116c,review_lifecycle_contract_e5447221,review_lifecycle_89afa64c,node_agent_mmd_tool_layer_toollayer_runtime_card_code_3636ceac,node_agent_mmd_memory_vector_layer_memorylayer_runtim_a5d23e7f,runtime_card_codex_runtime_0655e230,runtime_evidence_bundle_d471a232,types_36_674380ec,index_17_642943a2,projection_1b250ea1,types_38_e8efcd57,validation_7_c4e6d8b6 toolNode
+   class node_agent_mmd_orchestration_layer_orchestration_chec_7a9f0b64,node_agent_mmd_llm_model_layer_llmlayer_check_codex_a_29e7b7fa,node_agent_mmd_tool_layer_toollayer_check_codex_agent_4b361d5a,node_agent_mmd_orchestration_layer_orchestration_chec_7fd47f5c,node_agent_mmd_llm_model_layer_llmlayer_check_steerin_0e1bf90d,node_agent_mmd_tool_layer_toollayer_check_steering_fe_eafecf3a,node_agent_mmd_memory_vector_layer_memorylayer_check__64c86928,check_tooling_baseline_parity_3124b30a,node_agent_mmd_orchestration_layer_orchestration_run__18817957,node_agent_mmd_llm_model_layer_llmlayer_run_harness_e_603fcfdc,node_agent_mmd_tool_layer_toollayer_run_harness_evals_e2ee24f1,node_agent_mmd_memory_vector_layer_memorylayer_run_ha_5b637d0d,validate_action_review_receipt_fa2f06c3,node_agent_mmd_orchestration_layer_orchestration_vali_c01b04be,node_agent_mmd_llm_model_layer_llmlayer_validate_pack_2a12e1f4,node_agent_mmd_tool_layer_toollayer_validate_packaged_2855c827,validate_replay_packet_f309747e,node_agent_mmd_tool_layer_toollayer_ci_migrate_core_c_049f8460,node_agent_mmd_memory_vector_layer_memorylayer_ci_mig_0cd5b1a4,doctor_checks_5a2eb2b9,doctor_github_tool_check_e0a938df,doctor_github_tool_checks_a53b0382,doctor_tool_checks_4acac51a,fleet_plan_repo_ecdc6499,next_blocked_decisions_4140ad2b,next_pr_closeout_contract_af31d30a,policy_gate_213f7313,remediate_cli_output_cc165396,node_agent_mmd_orchestration_layer_orchestration_reme_359fe98f,node_agent_mmd_llm_model_layer_llmlayer_remediate_run_9e3d4585,node_agent_mmd_tool_layer_toollayer_remediate_runner__c003b871,node_agent_mmd_tool_layer_toollayer_review_gate_core__7704598b,node_agent_mmd_memory_vector_layer_memorylayer_review_5bee9816,index_1bc04b52,types_1_4ecdf56e,validation_constants_e002a0f6,validation_98c41dcd,node_agent_mmd_orchestration_layer_orchestration_chec_0550c395,node_agent_mmd_tool_layer_toollayer_checker_checker_2_453d593b,node_agent_mmd_memory_vector_layer_memorylayer_checke_a583eb4f,node_agent_mmd_orchestration_layer_orchestration_shar_724ef5f0,node_agent_mmd_tool_layer_toollayer_shared_state_poli_53734acd,cli_args_1_6144b055,node_agent_mmd_orchestration_layer_orchestration_comm_6e41a7f7,node_agent_mmd_tool_layer_toollayer_command_capabilit_7fe13db1,node_agent_mmd_tool_layer_toollayer_command_capabilit_e97a4615,node_agent_mmd_memory_vector_layer_memorylayer_comman_c72a5d05,linear_command_actions_e430f4f4,node_agent_mmd_orchestration_layer_orchestration_line_b67affd5,node_agent_mmd_tool_layer_toollayer_linear_command_ru_d6763748,node_agent_mmd_orchestration_layer_orchestration_poli_3270b55d,node_agent_mmd_tool_layer_toollayer_policy_validators_af136abf,node_agent_mmd_memory_vector_layer_memorylayer_policy_1944de42,shared_state_action_validator_e7b128cd,node_agent_mmd_orchestration_layer_orchestration_type_7cf81261,node_agent_mmd_tool_layer_toollayer_types_core_types__6c8319b6,node_agent_mmd_memory_vector_layer_memorylayer_types__83f369fa,node_agent_mmd_orchestration_layer_orchestration_vali_d9fe99e6,node_agent_mmd_tool_layer_toollayer_validator_core_va_6ef6131f,node_agent_mmd_memory_vector_layer_memorylayer_valida_41034356,validator_helpers_7b927667,node_agent_mmd_orchestration_layer_orchestration_he_p_fc778c24,node_agent_mmd_tool_layer_toollayer_he_phase_exit_cor_af016160,environment_runtime_3206f0a8,observed_skill_usage_ed7d5930,closure_evidence_aaa31467,pr_creator_dc6b1ea4,client_948fe603,init_output_360dce91,scaffold_ci_templates_2afd6392,scaffold_codex_environment_templates_334fbbed,scaffold_config_templates_4b80ce53,node_agent_mmd_orchestration_layer_orchestration_scaf_c9a90c2f,node_agent_mmd_tool_layer_toollayer_scaffold_environm_c1afc013,node_agent_mmd_memory_vector_layer_memorylayer_scaffo_12b42341,scaffold_github_actions_pr_pipeline_renderer_1ee18de5,scaffold_github_actions_pr_pipeline_template_e2b85f62,scaffold_package_command_template_80e32e83,scaffold_release_private_npm_template_075499f8,node_agent_mmd_llm_model_layer_llmlayer_constants_con_c9bd3f6c,node_agent_mmd_tool_layer_toollayer_constants_constan_9d71b829,index_9_32dd4d91,validation_common_6161e48b,node_agent_mmd_tool_layer_toollayer_cli_cli_2_1_32d9eeaf,node_agent_mmd_memory_vector_layer_memorylayer_cli_cl_1f1f89ab,node_agent_mmd_tool_layer_toollayer_metrics_tracker_m_4c9237d8,node_agent_mmd_memory_vector_layer_memorylayer_metric_12562178,normalise_renderer_85f2e563,evaluation_engine_core_e054fe49,node_agent_mmd_orchestration_layer_orchestration_tool_cc43149f,node_agent_mmd_tool_layer_toollayer_tooling_baseline__61e66e9f,node_agent_mmd_memory_vector_layer_memorylayer_toolin_14f86b00,node_agent_mmd_orchestration_layer_orchestration_prom_d17b4de2,node_agent_mmd_llm_model_layer_llmlayer_prompt_contex_81f9066a,node_agent_mmd_tool_layer_toollayer_prompt_context_dr_a2772f2b,node_agent_mmd_memory_vector_layer_memorylayer_prompt_ae34fc43,node_agent_mmd_orchestration_layer_orchestration_prom_77088997,node_agent_mmd_llm_model_layer_llmlayer_prompt_contex_e5066b88,node_agent_mmd_tool_layer_toollayer_prompt_context_dr_bd82da46,node_agent_mmd_memory_vector_layer_memorylayer_prompt_efd77624,replay_packet_a1293f88,index_14_d982116c,review_lifecycle_contract_e5447221,review_lifecycle_89afa64c,node_agent_mmd_tool_layer_toollayer_runtime_card_code_3636ceac,node_agent_mmd_memory_vector_layer_memorylayer_runtim_a5d23e7f,runtime_card_codex_runtime_0655e230,runtime_evidence_bundle_d471a232,types_36_674380ec,index_17_642943a2,projection_1b250ea1,types_38_e8efcd57,validation_7_c4e6d8b6 toolNode
  classDef memNode fill:#555,color:#fff
-   class node_agent_mmd_orchestration_layer_orchestration_chec_7fd47f5c,node_agent_mmd_llm_model_layer_llmlayer_check_steerin_0e1bf90d,node_agent_mmd_tool_layer_toollayer_check_steering_fe_eafecf3a,node_agent_mmd_memory_vector_layer_memorylayer_check__64c86928,normalize_workflow_contracts_8701f1c8,node_agent_mmd_orchestration_layer_orchestration_run__18817957,node_agent_mmd_llm_model_layer_llmlayer_run_harness_e_603fcfdc,node_agent_mmd_tool_layer_toollayer_run_harness_evals_e2ee24f1,node_agent_mmd_memory_vector_layer_memorylayer_run_ha_5b637d0d,sync_codex_preflight_7e7a8dc2,test_harness_upgrade_matrix_84113c4e,node_agent_mmd_llm_model_layer_llmlayer_validate_prom_9880f764,node_agent_mmd_memory_vector_layer_memorylayer_valida_c52c4db8,validate_runtime_packet_schemas_bc3ba8ec,node_agent_mmd_llm_model_layer_llmlayer_validate_syst_5636156e,node_agent_mmd_memory_vector_layer_memorylayer_valida_db599a97,validate_workflow_contracts_33dc063c,branch_protect_core_a8feb0fd,node_agent_mmd_tool_layer_toollayer_ci_migrate_core_c_049f8460,node_agent_mmd_memory_vector_layer_memorylayer_ci_mig_0cd5b1a4,context_health_80bb7da9,node_agent_mmd_llm_model_layer_llmlayer_context_conte_ad2dfbd9,node_agent_mmd_memory_vector_layer_memorylayer_contex_78ceaaa9,docs_gate_classification_2f51c90b,docs_gate_types_d285abb6,node_agent_mmd_llm_model_layer_llmlayer_index_context_1041bd11,node_agent_mmd_memory_vector_layer_memorylayer_index__6f3402d0,local_memory_preflight_dcc36c42,memory_gate_a577a506,node_agent_mmd_orchestration_layer_orchestration_next_5393fba1,node_agent_mmd_memory_vector_layer_memorylayer_next_r_7feb80cc,pattern_scope_siblings_43abe000,review_context_ca6cf81d,node_agent_mmd_tool_layer_toollayer_review_gate_core__7704598b,node_agent_mmd_memory_vector_layer_memorylayer_review_5bee9816,node_agent_mmd_llm_model_layer_llmlayer_search_search_66b9a911,node_agent_mmd_memory_vector_layer_memorylayer_search_ac35cb7e,session_context_e5ec72c0,node_agent_mmd_orchestration_layer_orchestration_tool_acfe0c01,node_agent_mmd_memory_vector_layer_memorylayer_toolin_a1185b8f,run_local_memory_preflight_36e92808,node_agent_mmd_orchestration_layer_orchestration_chec_0550c395,node_agent_mmd_tool_layer_toollayer_checker_checker_2_453d593b,node_agent_mmd_memory_vector_layer_memorylayer_checke_a583eb4f,node_agent_mmd_orchestration_layer_orchestration_cont_61b3b9c9,node_agent_mmd_llm_model_layer_llmlayer_context_healt_cfc0bfa8,node_agent_mmd_memory_vector_layer_memorylayer_contex_3204aa0e,node_agent_mmd_orchestration_layer_orchestration_type_4f906dcc,node_agent_mmd_memory_vector_layer_memorylayer_types__9ad640a0,branch_protect_sync_570adb18,node_agent_mmd_tool_layer_toollayer_command_capabilit_e97a4615,node_agent_mmd_memory_vector_layer_memorylayer_comman_c72a5d05,node_agent_mmd_orchestration_layer_orchestration_comm_1f8cc24c,node_agent_mmd_llm_model_layer_llmlayer_command_specs_782af9fa,node_agent_mmd_memory_vector_layer_memorylayer_comman_111eb454,local_memory_preflight_command_spec_9e23f3ce,memory_gate_command_spec_dc9001a9,review_gate_command_spec_3187376a,session_context_command_spec_973afbb1,node_agent_mmd_llm_model_layer_llmlayer_constants_con_c9bd3f6c,node_agent_mmd_memory_vector_layer_memorylayer_consta_702d3f46,context_compact_policy_3dcaf95d,node_agent_mmd_llm_model_layer_llmlayer_index_index_1_02e160ff,node_agent_mmd_memory_vector_layer_memorylayer_index__752bc61e,node_agent_mmd_llm_model_layer_llmlayer_indexer_index_4f4deef5,node_agent_mmd_memory_vector_layer_memorylayer_indexe_93e6d86f,init_error_5c7dd49f,lexical_fallback_723e2b3e,node_agent_mmd_llm_model_layer_llmlayer_ollama_ollama_968b23fa,node_agent_mmd_memory_vector_layer_memorylayer_ollama_6d51be16,rollout_a4fa034c,sources_878a52fc,store_824d80d7,node_agent_mmd_llm_model_layer_llmlayer_sync_contract_9f3cc8c1,node_agent_mmd_memory_vector_layer_memorylayer_sync_c_e43418bc,types_8_f6283648,harness_run_context_ac7c77a9,index_4_013aa0e3,json_schema_core_96d7e328,node_agent_mmd_orchestration_layer_orchestration_poli_3270b55d,node_agent_mmd_tool_layer_toollayer_policy_validators_af136abf,node_agent_mmd_memory_vector_layer_memorylayer_policy_1944de42,node_agent_mmd_orchestration_layer_orchestration_type_7cf81261,node_agent_mmd_tool_layer_toollayer_types_core_types__6c8319b6,node_agent_mmd_memory_vector_layer_memorylayer_types__83f369fa,node_agent_mmd_orchestration_layer_orchestration_vali_d9fe99e6,node_agent_mmd_tool_layer_toollayer_validator_core_va_6ef6131f,node_agent_mmd_memory_vector_layer_memorylayer_valida_41034356,archive_candidates_scanner_d0931789,archive_candidates_dc0e40e1,docs_task_eval_contract_79347457,docs_task_eval_fixtures_44902755,node_agent_mmd_orchestration_layer_orchestration_init_2a9c3ecb,node_agent_mmd_memory_vector_layer_memorylayer_init_m_333d02c5,node_agent_mmd_orchestration_layer_orchestration_proj_6ab6f60f,node_agent_mmd_memory_vector_layer_memorylayer_projec_3ae304d9,scaffold_diagram_templates_dd88e83c,node_agent_mmd_orchestration_layer_orchestration_scaf_12cc07db,node_agent_mmd_memory_vector_layer_memorylayer_scaffo_5fd73b94,node_agent_mmd_orchestration_layer_orchestration_scaf_c9a90c2f,node_agent_mmd_tool_layer_toollayer_scaffold_environm_c1afc013,node_agent_mmd_memory_vector_layer_memorylayer_scaffo_12b42341,scaffold_hook_templates_8c74ab50,scaffold_root_command_templates_404fed7f,scaffold_script_template_registry_69312d4e,scaffold_shell_templates_0ad0f915,scaffold_surfaces_12d6494e,node_agent_mmd_orchestration_layer_orchestration_scaf_ff8f92f6,node_agent_mmd_memory_vector_layer_memorylayer_scaffo_a86eece1,scaffold_workflow_template_92310587,eval_seed_5699fd3e,index_10_f6785a46,review_context_1_e3afed15,memory_gate_1_265164ac,branch_enforcer_acb749cd,cli_args_5_09ea29f0,node_agent_mmd_tool_layer_toollayer_cli_cli_2_1_32d9eeaf,node_agent_mmd_memory_vector_layer_memorylayer_cli_cl_1f1f89ab,node_agent_mmd_tool_layer_toollayer_metrics_tracker_m_4c9237d8,node_agent_mmd_memory_vector_layer_memorylayer_metric_12562178,types_19_eb4ad5f0,validator_5_b19ac2be,node_agent_mmd_orchestration_layer_orchestration_clas_899b821a,node_agent_mmd_memory_vector_layer_memorylayer_classi_1ebbf5ff,node_agent_mmd_orchestration_layer_orchestration_tool_cc43149f,node_agent_mmd_tool_layer_toollayer_tooling_baseline__61e66e9f,node_agent_mmd_memory_vector_layer_memorylayer_toolin_14f86b00,claim_helpers_20dc8387,types_24_c63dc1a7,local_memory_smoke_1175abfc,local_memory_0db17ecc,performance_overload_c685bfcf,node_agent_mmd_orchestration_layer_orchestration_sugg_85c5ebe3,node_agent_mmd_memory_vector_layer_memorylayer_sugges_267f408d,node_agent_mmd_orchestration_layer_orchestration_prom_d17b4de2,node_agent_mmd_llm_model_layer_llmlayer_prompt_contex_81f9066a,node_agent_mmd_tool_layer_toollayer_prompt_context_dr_a2772f2b,node_agent_mmd_memory_vector_layer_memorylayer_prompt_ae34fc43,node_agent_mmd_orchestration_layer_orchestration_prom_77088997,node_agent_mmd_llm_model_layer_llmlayer_prompt_contex_e5066b88,node_agent_mmd_tool_layer_toollayer_prompt_context_dr_bd82da46,node_agent_mmd_memory_vector_layer_memorylayer_prompt_efd77624,node_agent_mmd_llm_model_layer_llmlayer_prompt_contex_6426acc2,node_agent_mmd_memory_vector_layer_memorylayer_prompt_55c0d605,types_31_eb363e20,policy_1_fc4198db,node_agent_mmd_tool_layer_toollayer_runtime_card_code_3636ceac,node_agent_mmd_memory_vector_layer_memorylayer_runtim_a5d23e7f,cli_12_01c06c37,collector_0736fd5b,types_34_85e6a0bb,overload_guard_2748c559 memNode
+   class node_agent_mmd_orchestration_layer_orchestration_chec_7fd47f5c,node_agent_mmd_llm_model_layer_llmlayer_check_steerin_0e1bf90d,node_agent_mmd_tool_layer_toollayer_check_steering_fe_eafecf3a,node_agent_mmd_memory_vector_layer_memorylayer_check__64c86928,normalize_workflow_contracts_8701f1c8,node_agent_mmd_orchestration_layer_orchestration_run__18817957,node_agent_mmd_llm_model_layer_llmlayer_run_harness_e_603fcfdc,node_agent_mmd_tool_layer_toollayer_run_harness_evals_e2ee24f1,node_agent_mmd_memory_vector_layer_memorylayer_run_ha_5b637d0d,sync_codex_preflight_7e7a8dc2,test_harness_upgrade_matrix_84113c4e,node_agent_mmd_llm_model_layer_llmlayer_validate_prom_9880f764,node_agent_mmd_memory_vector_layer_memorylayer_valida_c52c4db8,validate_runtime_packet_schemas_bc3ba8ec,node_agent_mmd_llm_model_layer_llmlayer_validate_syst_5636156e,node_agent_mmd_memory_vector_layer_memorylayer_valida_db599a97,validate_workflow_contracts_33dc063c,branch_protect_core_a8feb0fd,node_agent_mmd_tool_layer_toollayer_ci_migrate_core_c_049f8460,node_agent_mmd_memory_vector_layer_memorylayer_ci_mig_0cd5b1a4,context_health_80bb7da9,node_agent_mmd_llm_model_layer_llmlayer_context_conte_ad2dfbd9,node_agent_mmd_memory_vector_layer_memorylayer_contex_78ceaaa9,docs_gate_classification_2f51c90b,docs_gate_types_d285abb6,node_agent_mmd_llm_model_layer_llmlayer_index_context_1041bd11,node_agent_mmd_memory_vector_layer_memorylayer_index__6f3402d0,local_memory_preflight_dcc36c42,memory_gate_a577a506,node_agent_mmd_orchestration_layer_orchestration_next_2419fcae,node_agent_mmd_memory_vector_layer_memorylayer_next_r_70c71a64,node_agent_mmd_orchestration_layer_orchestration_next_5393fba1,node_agent_mmd_memory_vector_layer_memorylayer_next_r_7feb80cc,pattern_scope_siblings_43abe000,review_context_ca6cf81d,node_agent_mmd_tool_layer_toollayer_review_gate_core__7704598b,node_agent_mmd_memory_vector_layer_memorylayer_review_5bee9816,node_agent_mmd_llm_model_layer_llmlayer_search_search_66b9a911,node_agent_mmd_memory_vector_layer_memorylayer_search_ac35cb7e,session_context_e5ec72c0,node_agent_mmd_orchestration_layer_orchestration_tool_acfe0c01,node_agent_mmd_memory_vector_layer_memorylayer_toolin_a1185b8f,run_local_memory_preflight_36e92808,node_agent_mmd_orchestration_layer_orchestration_chec_0550c395,node_agent_mmd_tool_layer_toollayer_checker_checker_2_453d593b,node_agent_mmd_memory_vector_layer_memorylayer_checke_a583eb4f,node_agent_mmd_orchestration_layer_orchestration_cont_61b3b9c9,node_agent_mmd_llm_model_layer_llmlayer_context_healt_cfc0bfa8,node_agent_mmd_memory_vector_layer_memorylayer_contex_3204aa0e,node_agent_mmd_orchestration_layer_orchestration_type_4f906dcc,node_agent_mmd_memory_vector_layer_memorylayer_types__9ad640a0,branch_protect_sync_570adb18,node_agent_mmd_tool_layer_toollayer_command_capabilit_e97a4615,node_agent_mmd_memory_vector_layer_memorylayer_comman_c72a5d05,node_agent_mmd_orchestration_layer_orchestration_comm_1f8cc24c,node_agent_mmd_llm_model_layer_llmlayer_command_specs_782af9fa,node_agent_mmd_memory_vector_layer_memorylayer_comman_111eb454,local_memory_preflight_command_spec_9e23f3ce,memory_gate_command_spec_dc9001a9,review_gate_command_spec_3187376a,session_context_command_spec_973afbb1,node_agent_mmd_llm_model_layer_llmlayer_constants_con_c9bd3f6c,node_agent_mmd_memory_vector_layer_memorylayer_consta_702d3f46,context_compact_policy_3dcaf95d,node_agent_mmd_llm_model_layer_llmlayer_index_index_1_02e160ff,node_agent_mmd_memory_vector_layer_memorylayer_index__752bc61e,node_agent_mmd_llm_model_layer_llmlayer_indexer_index_4f4deef5,node_agent_mmd_memory_vector_layer_memorylayer_indexe_93e6d86f,init_error_5c7dd49f,lexical_fallback_723e2b3e,node_agent_mmd_llm_model_layer_llmlayer_ollama_ollama_968b23fa,node_agent_mmd_memory_vector_layer_memorylayer_ollama_6d51be16,rollout_a4fa034c,sources_878a52fc,store_824d80d7,node_agent_mmd_llm_model_layer_llmlayer_sync_contract_9f3cc8c1,node_agent_mmd_memory_vector_layer_memorylayer_sync_c_e43418bc,types_8_f6283648,harness_run_context_ac7c77a9,index_4_013aa0e3,json_schema_core_96d7e328,node_agent_mmd_orchestration_layer_orchestration_poli_3270b55d,node_agent_mmd_tool_layer_toollayer_policy_validators_af136abf,node_agent_mmd_memory_vector_layer_memorylayer_policy_1944de42,node_agent_mmd_orchestration_layer_orchestration_type_7cf81261,node_agent_mmd_tool_layer_toollayer_types_core_types__6c8319b6,node_agent_mmd_memory_vector_layer_memorylayer_types__83f369fa,node_agent_mmd_orchestration_layer_orchestration_vali_d9fe99e6,node_agent_mmd_tool_layer_toollayer_validator_core_va_6ef6131f,node_agent_mmd_memory_vector_layer_memorylayer_valida_41034356,archive_candidates_scanner_d0931789,archive_candidates_dc0e40e1,docs_task_eval_contract_79347457,docs_task_eval_fixtures_44902755,node_agent_mmd_orchestration_layer_orchestration_init_2a9c3ecb,node_agent_mmd_memory_vector_layer_memorylayer_init_m_333d02c5,node_agent_mmd_orchestration_layer_orchestration_proj_6ab6f60f,node_agent_mmd_memory_vector_layer_memorylayer_projec_3ae304d9,scaffold_diagram_templates_dd88e83c,node_agent_mmd_orchestration_layer_orchestration_scaf_12cc07db,node_agent_mmd_memory_vector_layer_memorylayer_scaffo_5fd73b94,node_agent_mmd_orchestration_layer_orchestration_scaf_c9a90c2f,node_agent_mmd_tool_layer_toollayer_scaffold_environm_c1afc013,node_agent_mmd_memory_vector_layer_memorylayer_scaffo_12b42341,scaffold_hook_templates_8c74ab50,scaffold_root_command_templates_404fed7f,scaffold_script_template_registry_69312d4e,scaffold_shell_templates_0ad0f915,scaffold_surfaces_12d6494e,node_agent_mmd_orchestration_layer_orchestration_scaf_ff8f92f6,node_agent_mmd_memory_vector_layer_memorylayer_scaffo_a86eece1,scaffold_workflow_template_92310587,eval_seed_5699fd3e,index_10_f6785a46,review_context_1_e3afed15,memory_gate_1_265164ac,branch_enforcer_acb749cd,cli_args_5_09ea29f0,node_agent_mmd_tool_layer_toollayer_cli_cli_2_1_32d9eeaf,node_agent_mmd_memory_vector_layer_memorylayer_cli_cl_1f1f89ab,node_agent_mmd_tool_layer_toollayer_metrics_tracker_m_4c9237d8,node_agent_mmd_memory_vector_layer_memorylayer_metric_12562178,types_19_eb4ad5f0,validator_5_b19ac2be,node_agent_mmd_orchestration_layer_orchestration_clas_899b821a,node_agent_mmd_memory_vector_layer_memorylayer_classi_1ebbf5ff,node_agent_mmd_orchestration_layer_orchestration_tool_cc43149f,node_agent_mmd_tool_layer_toollayer_tooling_baseline__61e66e9f,node_agent_mmd_memory_vector_layer_memorylayer_toolin_14f86b00,claim_helpers_20dc8387,types_24_c63dc1a7,local_memory_smoke_1175abfc,local_memory_0db17ecc,performance_overload_c685bfcf,node_agent_mmd_orchestration_layer_orchestration_sugg_85c5ebe3,node_agent_mmd_memory_vector_layer_memorylayer_sugges_267f408d,node_agent_mmd_orchestration_layer_orchestration_prom_d17b4de2,node_agent_mmd_llm_model_layer_llmlayer_prompt_contex_81f9066a,node_agent_mmd_tool_layer_toollayer_prompt_context_dr_a2772f2b,node_agent_mmd_memory_vector_layer_memorylayer_prompt_ae34fc43,node_agent_mmd_orchestration_layer_orchestration_prom_77088997,node_agent_mmd_llm_model_layer_llmlayer_prompt_contex_e5066b88,node_agent_mmd_tool_layer_toollayer_prompt_context_dr_bd82da46,node_agent_mmd_memory_vector_layer_memorylayer_prompt_efd77624,node_agent_mmd_llm_model_layer_llmlayer_prompt_contex_6426acc2,node_agent_mmd_memory_vector_layer_memorylayer_prompt_55c0d605,types_31_eb363e20,policy_1_fc4198db,node_agent_mmd_tool_layer_toollayer_runtime_card_code_3636ceac,node_agent_mmd_memory_vector_layer_memorylayer_runtim_a5d23e7f,cli_12_01c06c37,collector_0736fd5b,types_34_85e6a0bb,overload_guard_2748c559 memNode
